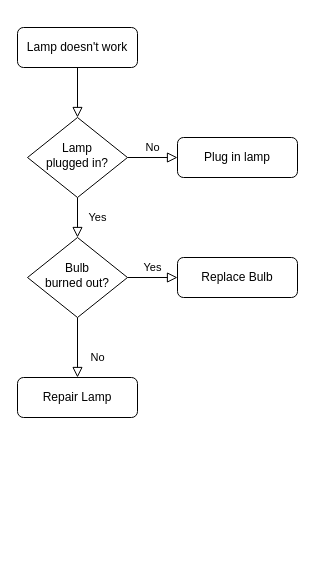
This is Untitled Diagram.drawio from Angela-zw/test, a draw.io file, before an edit. Source tidied: cells renumbered, new cells numbered last; positions are measured from the earlier drawing's top-left corner, leaving out a move shared by most shapes. Both pictures are drawn from the tidied source at 100%, with x=0, y=0 at pixel (17, 27).
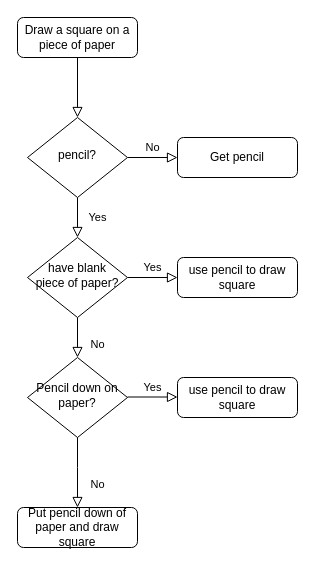
The same diagram, later.

Commit message:
drawing square flow chart

Change to the diagram source:
```diff
@@
 <mxGraphModel>
   <root>
     <mxCell id="0" />
     <mxCell id="1" parent="0" />
     <mxCell id="2" style="rounded=0;html=1;jettySize=auto;fontSize=11;endArrow=block;endFill=0;endSize=8;strokeWidth=1;shadow=0;labelBackgroundColor=none;edgeStyle=orthogonalEdgeStyle;" parent="1" edge="1" source="3" target="6">
       <mxGeometry relative="1" as="geometry" />
     </mxCell>
-    <mxCell id="3" value="Lamp doesn't work" style="rounded=1;whiteSpace=wrap;html=1;fontSize=12;glass=0;strokeWidth=1;shadow=0;" parent="1" vertex="1">
-      <mxGeometry width="120" height="40" as="geometry" />
+    <mxCell id="3" value="Draw a square on a piece of paper" style="rounded=1;whiteSpace=wrap;html=1;fontSize=12;glass=0;strokeWidth=1;shadow=0;" parent="1" vertex="1">
+      <mxGeometry y="-10" width="120" height="40" as="geometry" />
     </mxCell>
     <mxCell id="4" value="Yes" style="rounded=0;html=1;jettySize=auto;fontSize=11;endArrow=block;endFill=0;endSize=8;strokeWidth=1;shadow=0;labelBackgroundColor=none;edgeStyle=orthogonalEdgeStyle;" parent="1" edge="1" source="6" target="10">
       <mxGeometry y="20" relative="1" as="geometry" />
     </mxCell>
     <mxCell id="5" value="No" style="edgeStyle=orthogonalEdgeStyle;rounded=0;html=1;jettySize=auto;fontSize=11;endArrow=block;endFill=0;endSize=8;strokeWidth=1;shadow=0;labelBackgroundColor=none;" parent="1" edge="1" source="6" target="7">
       <mxGeometry y="10" relative="1" as="geometry" />
     </mxCell>
-    <mxCell id="6" value="Lamp&lt;br&gt;plugged in?" style="rhombus;whiteSpace=wrap;html=1;shadow=0;fontFamily=Helvetica;fontSize=12;align=center;strokeWidth=1;spacing=6;spacingTop=-4;" parent="1" vertex="1">
+    <mxCell id="6" value="pencil?&lt;br&gt;" style="rhombus;whiteSpace=wrap;html=1;shadow=0;fontFamily=Helvetica;fontSize=12;align=center;strokeWidth=1;spacing=6;spacingTop=-4;" parent="1" vertex="1">
       <mxGeometry x="10" y="90" width="100" height="80" as="geometry" />
     </mxCell>
-    <mxCell id="7" value="Plug in lamp" style="rounded=1;whiteSpace=wrap;html=1;fontSize=12;glass=0;strokeWidth=1;shadow=0;" parent="1" vertex="1">
+    <mxCell id="7" value="Get pencil" style="rounded=1;whiteSpace=wrap;html=1;fontSize=12;glass=0;strokeWidth=1;shadow=0;" parent="1" vertex="1">
       <mxGeometry x="160" y="110" width="120" height="40" as="geometry" />
     </mxCell>
-    <mxCell id="8" value="No" style="rounded=0;html=1;jettySize=auto;fontSize=11;endArrow=block;endFill=0;endSize=8;strokeWidth=1;shadow=0;labelBackgroundColor=none;edgeStyle=orthogonalEdgeStyle;" parent="1" edge="1" source="10" target="11">
+    <mxCell id="8" value="No" style="rounded=0;html=1;jettySize=auto;fontSize=11;endArrow=block;endFill=0;endSize=8;strokeWidth=1;shadow=0;labelBackgroundColor=none;edgeStyle=orthogonalEdgeStyle;entryX=0.5;entryY=0;entryDx=0;entryDy=0;" parent="1" edge="1" source="10" target="13">
       <mxGeometry x="0.33" y="20" relative="1" as="geometry" />
     </mxCell>
     <mxCell id="9" value="Yes" style="edgeStyle=orthogonalEdgeStyle;rounded=0;html=1;jettySize=auto;fontSize=11;endArrow=block;endFill=0;endSize=8;strokeWidth=1;shadow=0;labelBackgroundColor=none;" parent="1" edge="1" source="10" target="12">
       <mxGeometry y="10" relative="1" as="geometry" />
     </mxCell>
-    <mxCell id="10" value="Bulb&lt;br&gt;burned out?" style="rhombus;whiteSpace=wrap;html=1;shadow=0;fontFamily=Helvetica;fontSize=12;align=center;strokeWidth=1;spacing=6;spacingTop=-4;" parent="1" vertex="1">
+    <mxCell id="10" value="have blank piece of paper?" style="rhombus;whiteSpace=wrap;html=1;shadow=0;fontFamily=Helvetica;fontSize=12;align=center;strokeWidth=1;spacing=6;spacingTop=-4;" parent="1" vertex="1">
       <mxGeometry x="10" y="210" width="100" height="80" as="geometry" />
     </mxCell>
-    <mxCell id="11" value="Repair Lamp" style="rounded=1;whiteSpace=wrap;html=1;fontSize=12;glass=0;strokeWidth=1;shadow=0;" parent="1" vertex="1">
-      <mxGeometry y="350" width="120" height="40" as="geometry" />
+    <mxCell id="11" value="Put pencil down of paper and draw square" style="rounded=1;whiteSpace=wrap;html=1;fontSize=12;glass=0;strokeWidth=1;shadow=0;" parent="1" vertex="1">
+      <mxGeometry y="480" width="120" height="40" as="geometry" />
     </mxCell>
-    <mxCell id="12" value="Replace Bulb" style="rounded=1;whiteSpace=wrap;html=1;fontSize=12;glass=0;strokeWidth=1;shadow=0;" parent="1" vertex="1">
+    <mxCell id="12" value="use pencil to draw square" style="rounded=1;whiteSpace=wrap;html=1;fontSize=12;glass=0;strokeWidth=1;shadow=0;" parent="1" vertex="1">
       <mxGeometry x="160" y="230" width="120" height="40" as="geometry" />
     </mxCell>
+    <mxCell id="13" value="Pencil down on paper?" style="rhombus;whiteSpace=wrap;html=1;shadow=0;fontFamily=Helvetica;fontSize=12;align=center;strokeWidth=1;spacing=6;spacingTop=-4;" parent="1" vertex="1">
+      <mxGeometry x="10" y="330" width="100" height="80" as="geometry" />
+    </mxCell>
+    <mxCell id="14" value="No" style="rounded=0;html=1;jettySize=auto;fontSize=11;endArrow=block;endFill=0;endSize=8;strokeWidth=1;shadow=0;labelBackgroundColor=none;edgeStyle=orthogonalEdgeStyle;exitX=0.5;exitY=1;exitDx=0;exitDy=0;entryX=0.5;entryY=0;entryDx=0;entryDy=0;" parent="1" edge="1" source="13" target="11">
+      <mxGeometry x="0.33" y="20" relative="1" as="geometry">
+        <Array as="points">
+          <mxPoint x="60" y="440" />
+          <mxPoint x="60" y="440" />
+        </Array>
+      </mxGeometry>
+    </mxCell>
+    <mxCell id="15" value="Yes" style="edgeStyle=orthogonalEdgeStyle;rounded=0;html=1;jettySize=auto;orthogonalLoop=1;fontSize=11;endArrow=block;endFill=0;endSize=8;strokeWidth=1;shadow=0;labelBackgroundColor=none;" parent="1" edge="1">
+      <mxGeometry y="10" relative="1" as="geometry">
+        <mxPoint x="110" y="369.5" as="sourcePoint" />
+        <mxPoint x="160" y="369.5" as="targetPoint" />
+      </mxGeometry>
+    </mxCell>
+    <mxCell id="16" value="use pencil to draw square" style="rounded=1;whiteSpace=wrap;html=1;fontSize=12;glass=0;strokeWidth=1;shadow=0;" parent="1" vertex="1">
+      <mxGeometry x="160" y="350" width="120" height="40" as="geometry" />
+    </mxCell>
   </root>
 </mxGraphModel>
```
